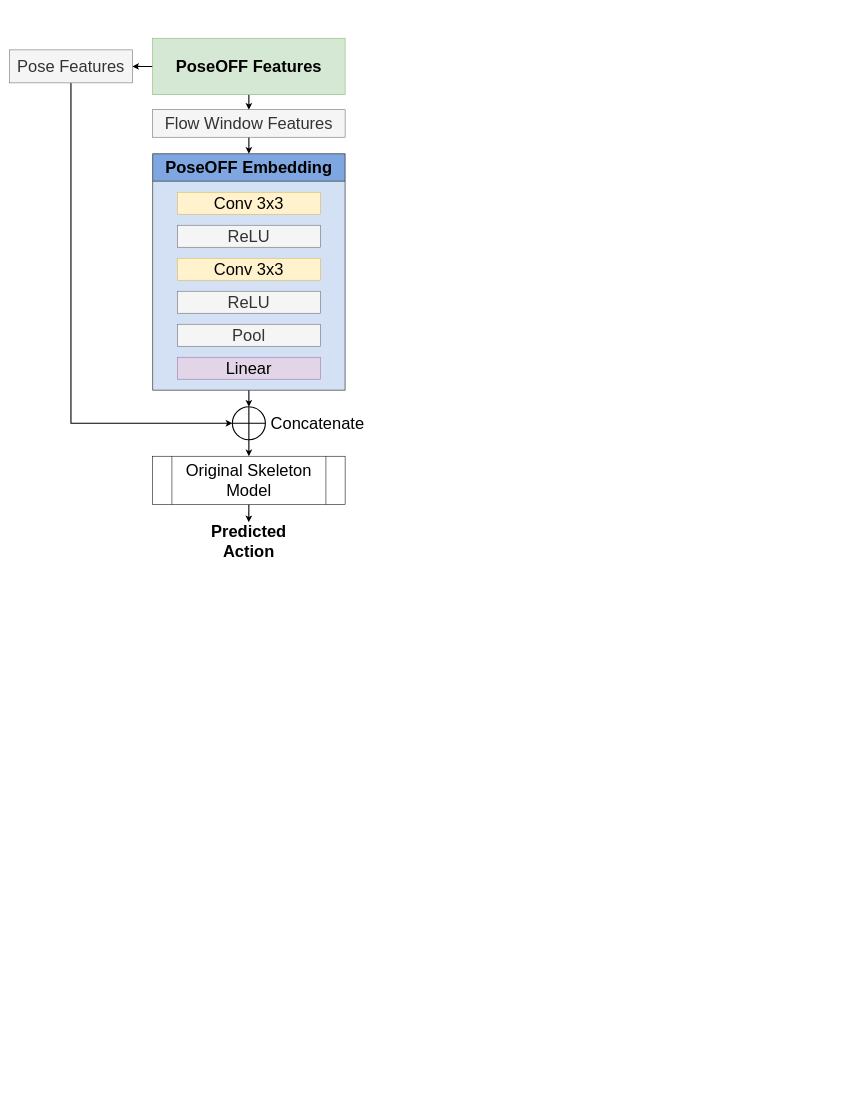
This is figures/PoseOFF_network_diagram/PoseOFF_network_diagram.drawio from LewisdeZ/PoseOFF_Paper, a draw.io file, before an edit. Source tidied: cells renumbered, new cells numbered last; positions are measured from the earlier drawing's top-left corner, leaving out a move shared by most shapes. Both pictures are drawn from the tidied source at 55%, with x=0, y=0 at pixel (9, 38).
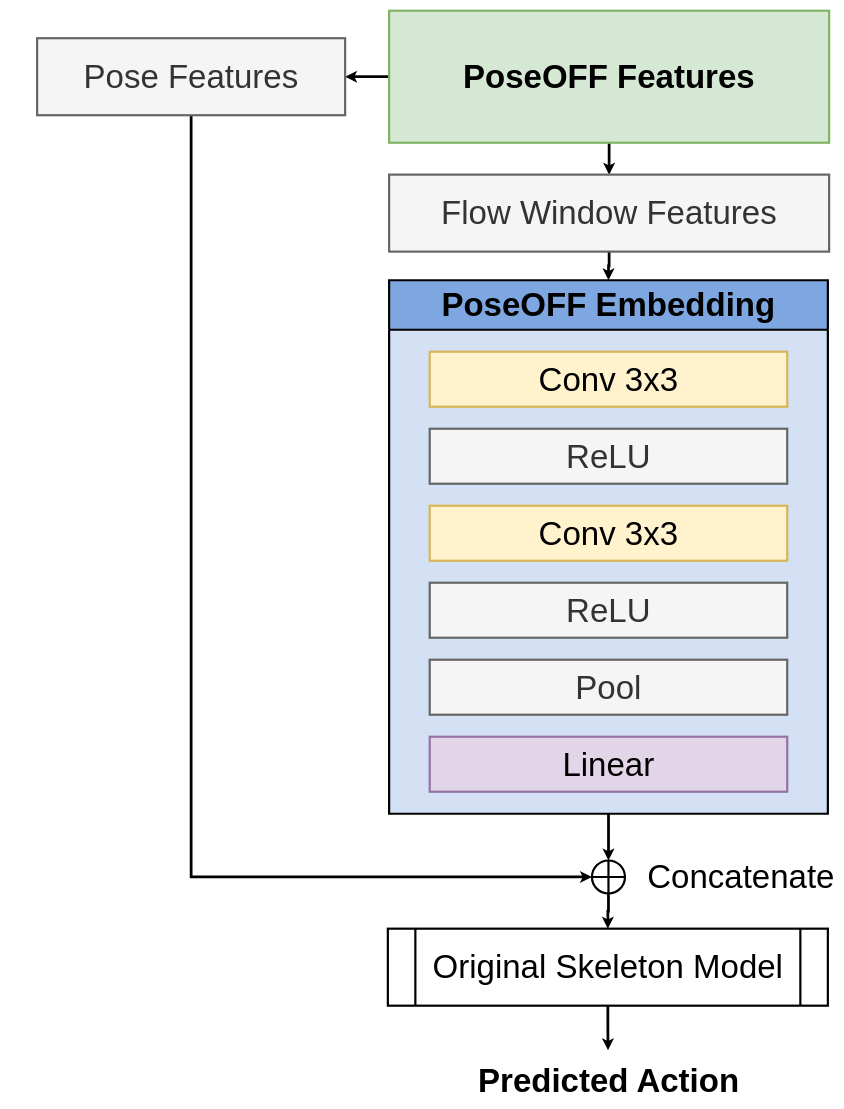
Above is the later version.

Diff of the diagram source:
```diff
@@
-    <mxCell id="2" style="edgeStyle=orthogonalEdgeStyle;rounded=0;jettySize=auto;html=1;exitX=0.5;exitY=1;exitDx=0;exitDy=0;entryX=0.5;entryY=0;entryDx=0;entryDy=0;strokeWidth=2;" parent="1" edge="1" source="3" target="18">
-      <mxGeometry relative="1" as="geometry" />
-    </mxCell>
+    <mxCell id="23" style="edgeStyle=orthogonalEdgeStyle;rounded=0;jettySize=auto;html=1;exitX=0.5;exitY=1;exitDx=0;exitDy=0;entryX=0.5;entryY=0;entryDx=0;entryDy=0;strokeWidth=5;" parent="1" edge="1" source="3" target="30">
+      <mxGeometry relative="1" as="geometry" />
+    </mxCell>
-    <mxCell id="3" value="PoseOFF Embedding" style="swimlane;whiteSpace=wrap;html=1;fillColor=#7EA6E0;strokeColor=#000000;glass=0;rounded=0;swimlaneFillColor=#D4E1F5;fontSize=30;startSize=50;" parent="1" vertex="1">
-      <mxGeometry x="260" y="210" width="350" height="430" as="geometry" />
+    <mxCell id="3" value="&lt;font style=&quot;font-size: 60px;&quot;&gt;PoseOFF Embedding&lt;/font&gt;" style="swimlane;whiteSpace=wrap;html=1;fillColor=#7EA6E0;strokeColor=#000000;glass=0;rounded=0;swimlaneFillColor=#D4E1F5;fontSize=30;startSize=90;strokeWidth=4;" parent="1" vertex="1">
+      <mxGeometry x="690" y="440" width="797.7" height="970" as="geometry" />
     </mxCell>
-    <mxCell id="4" value="Pool" style="rounded=0;whiteSpace=wrap;html=1;fillColor=#f5f5f5;strokeColor=#666666;fontColor=#333333;fontSize=30;" parent="3" vertex="1">
-      <mxGeometry x="45" y="310" width="260" height="40" as="geometry" />
+    <mxCell id="4" value="Pool" style="rounded=0;whiteSpace=wrap;html=1;fillColor=#f5f5f5;strokeColor=#666666;fontColor=#333333;fontSize=60;strokeWidth=4;" parent="3" vertex="1">
+      <mxGeometry x="73.8" y="690" width="650" height="100" as="geometry" />
     </mxCell>
-    <mxCell id="5" value="Linear" style="rounded=0;whiteSpace=wrap;html=1;fillColor=#e1d5e7;strokeColor=#9673a6;fontSize=30;" parent="3" vertex="1">
-      <mxGeometry x="45" y="370" width="260" height="40" as="geometry" />
+    <mxCell id="5" value="Linear" style="rounded=0;whiteSpace=wrap;html=1;fillColor=#e1d5e7;strokeColor=#9673a6;fontSize=60;strokeWidth=4;" parent="3" vertex="1">
+      <mxGeometry x="73.8" y="830" width="650" height="100" as="geometry" />
     </mxCell>
-    <mxCell id="6" value="ReLU" style="rounded=0;whiteSpace=wrap;html=1;fillColor=#f5f5f5;strokeColor=#666666;fontColor=#333333;fontSize=30;" parent="3" vertex="1">
-      <mxGeometry x="45" y="250" width="260" height="40" as="geometry" />
-    </mxCell>
-    <mxCell id="7" value="ReLU" style="rounded=0;whiteSpace=wrap;html=1;fillColor=#f5f5f5;strokeColor=#666666;fontColor=#333333;fontSize=30;" parent="3" vertex="1">
-      <mxGeometry x="45" y="130" width="260" height="40" as="geometry" />
-    </mxCell>
-    <mxCell id="8" value="Conv 3x3" style="rounded=0;whiteSpace=wrap;html=1;fillColor=#fff2cc;strokeColor=#d6b656;fontSize=30;" parent="3" vertex="1">
-      <mxGeometry x="45" y="70" width="260" height="40" as="geometry" />
-    </mxCell>
-    <mxCell id="9" value="Conv 3x3" style="rounded=0;whiteSpace=wrap;html=1;fillColor=#fff2cc;strokeColor=#d6b656;fontSize=30;" parent="3" vertex="1">
-      <mxGeometry x="45" y="190" width="260" height="40" as="geometry" />
-    </mxCell>
+    <mxCell id="24" value="ReLU" style="rounded=0;whiteSpace=wrap;html=1;fillColor=#f5f5f5;strokeColor=#666666;fontColor=#333333;fontSize=60;strokeWidth=4;" parent="3" vertex="1">
+      <mxGeometry x="73.8" y="550" width="650" height="100" as="geometry" />
+    </mxCell>
+    <mxCell id="25" value="ReLU" style="rounded=0;whiteSpace=wrap;html=1;fillColor=#f5f5f5;strokeColor=#666666;fontColor=#333333;fontSize=60;strokeWidth=4;" parent="3" vertex="1">
+      <mxGeometry x="73.8" y="270" width="650" height="100" as="geometry" />
+    </mxCell>
+    <mxCell id="26" value="Conv 3x3" style="rounded=0;whiteSpace=wrap;html=1;fillColor=#fff2cc;strokeColor=#d6b656;fontSize=60;strokeWidth=4;" parent="3" vertex="1">
+      <mxGeometry x="73.8" y="130" width="650" height="100" as="geometry" />
+    </mxCell>
+    <mxCell id="27" value="Conv 3x3" style="rounded=0;whiteSpace=wrap;html=1;fillColor=#fff2cc;strokeColor=#d6b656;fontSize=60;strokeWidth=4;" parent="3" vertex="1">
+      <mxGeometry x="73.8" y="410" width="650" height="100" as="geometry" />
+    </mxCell>
-    <mxCell id="10" style="edgeStyle=orthogonalEdgeStyle;rounded=0;jettySize=auto;html=1;fontSize=30;strokeWidth=2;" parent="1" edge="1" source="12" target="16">
+    <mxCell id="10" style="edgeStyle=orthogonalEdgeStyle;rounded=0;jettySize=auto;html=1;fontSize=30;strokeWidth=5;" parent="1" edge="1" source="12" target="16">
       <mxGeometry relative="1" as="geometry" />
     </mxCell>
-    <mxCell id="11" style="edgeStyle=orthogonalEdgeStyle;rounded=0;jettySize=auto;html=1;exitX=0.5;exitY=1;exitDx=0;exitDy=0;entryX=0.5;entryY=0;entryDx=0;entryDy=0;strokeWidth=2;" parent="1" edge="1" source="12" target="14">
+    <mxCell id="11" style="edgeStyle=orthogonalEdgeStyle;rounded=0;jettySize=auto;html=1;exitX=0.5;exitY=1;exitDx=0;exitDy=0;entryX=0.5;entryY=0;entryDx=0;entryDy=0;strokeWidth=5;" parent="1" edge="1" source="12" target="14">
       <mxGeometry relative="1" as="geometry" />
     </mxCell>
-    <mxCell id="12" value="PoseOFF Features" style="rounded=0;whiteSpace=wrap;html=1;fillColor=#d5e8d4;strokeColor=#82b366;fontStyle=1;fontSize=30;" parent="1" vertex="1">
-      <mxGeometry x="260" width="350" height="102.5" as="geometry" />
+    <mxCell id="12" value="PoseOFF Features" style="rounded=0;whiteSpace=wrap;html=1;fillColor=#d5e8d4;strokeColor=#82b366;fontStyle=1;fontSize=60;strokeWidth=4;" parent="1" vertex="1">
+      <mxGeometry x="690" y="-50" width="800" height="240" as="geometry" />
     </mxCell>
-    <mxCell id="13" style="edgeStyle=orthogonalEdgeStyle;rounded=0;jettySize=auto;html=1;exitX=0.5;exitY=1;exitDx=0;exitDy=0;entryX=0.5;entryY=0;entryDx=0;entryDy=0;strokeWidth=2;" parent="1" edge="1" source="14" target="3">
+    <mxCell id="13" style="edgeStyle=orthogonalEdgeStyle;rounded=0;jettySize=auto;html=1;exitX=0.5;exitY=1;exitDx=0;exitDy=0;entryX=0.5;entryY=0;entryDx=0;entryDy=0;strokeWidth=5;" parent="1" edge="1" source="14" target="3">
       <mxGeometry relative="1" as="geometry" />
     </mxCell>
-    <mxCell id="14" value="Flow Window Features" style="rounded=0;whiteSpace=wrap;html=1;fillColor=#f5f5f5;fontColor=#333333;strokeColor=#666666;fontSize=30;" parent="1" vertex="1">
-      <mxGeometry x="260" y="130" width="350" height="50" as="geometry" />
+    <mxCell id="14" value="Flow Window Features" style="rounded=0;whiteSpace=wrap;html=1;fillColor=#f5f5f5;fontColor=#333333;strokeColor=#666666;fontSize=60;strokeWidth=4;" parent="1" vertex="1">
+      <mxGeometry x="690" y="248" width="800" height="140" as="geometry" />
     </mxCell>
-    <mxCell id="15" style="edgeStyle=orthogonalEdgeStyle;rounded=0;jettySize=auto;html=1;exitX=0.5;exitY=1;exitDx=0;exitDy=0;entryX=0;entryY=0.5;entryDx=0;entryDy=0;fontSize=30;strokeWidth=2;" parent="1" edge="1" source="16" target="18">
-      <mxGeometry relative="1" as="geometry" />
-    </mxCell>
+    <mxCell id="28" style="edgeStyle=orthogonalEdgeStyle;rounded=0;jettySize=auto;html=1;exitX=0.5;exitY=1;exitDx=0;exitDy=0;entryX=0;entryY=0.5;entryDx=0;entryDy=0;fontSize=30;strokeWidth=5;" parent="1" edge="1" source="16" target="30">
+      <mxGeometry relative="1" as="geometry" />
+    </mxCell>
-    <mxCell id="16" value="Pose Features" style="rounded=0;whiteSpace=wrap;html=1;fillColor=#f5f5f5;fontColor=#333333;strokeColor=#666666;fontSize=30;" parent="1" vertex="1">
-      <mxGeometry y="21.2" width="223" height="60" as="geometry" />
+    <mxCell id="16" value="&lt;font style=&quot;font-size: 60px;&quot;&gt;Pose Features&lt;/font&gt;" style="rounded=0;whiteSpace=wrap;html=1;fillColor=#f5f5f5;fontColor=#333333;strokeColor=#666666;fontSize=30;strokeWidth=4;" parent="1" vertex="1">
+      <mxGeometry x="50" width="560" height="140" as="geometry" />
     </mxCell>
-    <mxCell id="17" style="edgeStyle=orthogonalEdgeStyle;rounded=0;jettySize=auto;html=1;exitX=0.5;exitY=1;exitDx=0;exitDy=0;entryX=0.5;entryY=0;entryDx=0;entryDy=0;strokeWidth=2;" parent="1" edge="1" source="18" target="20">
-      <mxGeometry relative="1" as="geometry" />
-    </mxCell>
-    <mxCell id="18" style="shape=orEllipse;perimeter=ellipsePerimeter;whiteSpace=wrap;html=1;backgroundOutline=1;fontSize=30;strokeWidth=2;" parent="1" vertex="1">
-      <mxGeometry x="405" y="670" width="60" height="60" as="geometry" />
-    </mxCell>
-    <mxCell id="19" style="edgeStyle=orthogonalEdgeStyle;rounded=0;jettySize=auto;html=1;exitX=0.5;exitY=1;exitDx=0;exitDy=0;strokeWidth=2;" parent="1" edge="1" source="20">
-      <mxGeometry relative="1" as="geometry">
-        <mxPoint x="434.8" y="880" as="targetPoint" />
-      </mxGeometry>
-    </mxCell>
+    <mxCell id="29" style="edgeStyle=orthogonalEdgeStyle;rounded=0;jettySize=auto;html=1;exitX=0.5;exitY=1;exitDx=0;exitDy=0;entryX=0.5;entryY=0;entryDx=0;entryDy=0;strokeWidth=5;" parent="1" edge="1" source="30" target="20">
+      <mxGeometry relative="1" as="geometry" />
+    </mxCell>
+    <mxCell id="30" style="shape=orEllipse;perimeter=ellipsePerimeter;whiteSpace=wrap;html=1;backgroundOutline=1;fontSize=30;strokeWidth=4;" parent="1" vertex="1">
+      <mxGeometry x="1058.8" y="1495" width="60" height="60" as="geometry" />
+    </mxCell>
+    <mxCell id="31" style="edgeStyle=orthogonalEdgeStyle;rounded=0;jettySize=auto;html=1;exitX=0.5;exitY=1;exitDx=0;exitDy=0;strokeWidth=5;" parent="1" edge="1" source="20">
+      <mxGeometry relative="1" as="geometry">
+        <mxPoint x="1088" y="1840" as="targetPoint" />
+      </mxGeometry>
+    </mxCell>
-    <mxCell id="20" value="Original Skeleton Model" style="shape=process;whiteSpace=wrap;html=1;backgroundOutline=1;fontSize=30;" parent="1" vertex="1">
-      <mxGeometry x="260" y="760" width="350" height="87.7" as="geometry" />
+    <mxCell id="20" value="Original Skeleton Model" style="shape=process;whiteSpace=wrap;html=1;backgroundOutline=1;fontSize=60;size=0.0625;strokeWidth=4;" parent="1" vertex="1">
+      <mxGeometry x="687.7" y="1619" width="800" height="140" as="geometry" />
     </mxCell>
-    <mxCell id="21" value="Concatenate" style="text;html=1;align=center;verticalAlign=middle;whiteSpace=wrap;rounded=0;fontSize=30;" parent="1" vertex="1">
-      <mxGeometry x="530" y="685" width="60" height="30" as="geometry" />
+    <mxCell id="21" value="Concatenate" style="text;html=1;align=center;verticalAlign=middle;whiteSpace=wrap;rounded=0;fontSize=60;strokeWidth=4;" parent="1" vertex="1">
+      <mxGeometry x="1300" y="1510" width="60" height="30" as="geometry" />
     </mxCell>
-    <mxCell id="22" value="Predicted Action" style="text;html=1;align=center;verticalAlign=middle;whiteSpace=wrap;rounded=0;fontStyle=1;fontSize=30;" parent="1" vertex="1">
-      <mxGeometry x="405" y="900" width="60" height="30" as="geometry" />
+    <mxCell id="22" value="Predicted Action" style="text;html=1;align=center;verticalAlign=middle;whiteSpace=wrap;rounded=0;fontStyle=1;fontSize=60;strokeWidth=4;" parent="1" vertex="1">
+      <mxGeometry x="814.4" y="1880" width="551.2" height="30" as="geometry" />
     </mxCell>
```
